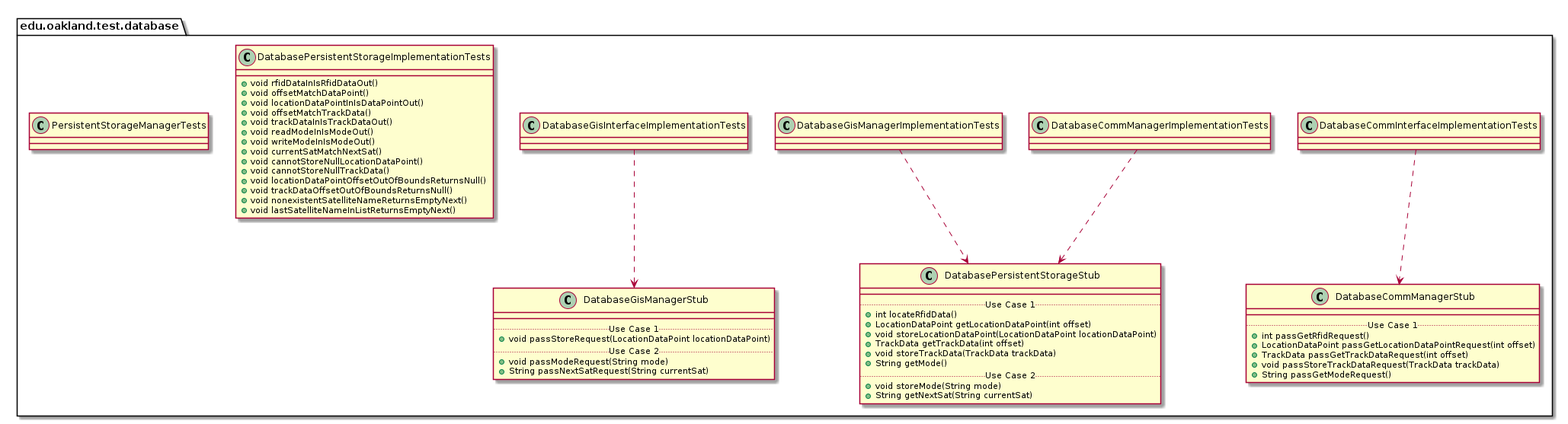
Above: docs/uml-class-diagrams/database/test/DatabaseTestPackage_InternalDependencies.png in elilley15/csi-3370-software-project (PlantUML), before the change. Its diagram source:
```plantuml
@startuml DatabaseTestPackage_InternalDependencies

package edu.oakland.test.database {

}


package edu.oakland.test.database {
    class DatabaseCommInterfaceImplementationTests {

    }
}



package edu.oakland.test.database {
    class DatabaseCommManagerStub {
        __
        .. Use Case 1 ..
        + int passGetRfidRequest()
        + LocationDataPoint passGetLocationDataPointRequest(int offset)
        + TrackData passGetTrackDataRequest(int offset)
        + void passStoreTrackDataRequest(TrackData trackData)
        + String passGetModeRequest()
    }
}

DatabaseCommInterfaceImplementationTests ..> DatabaseCommManagerStub

package edu.oakland.test.database {
    class DatabaseCommManagerImplementationTests {

    }
}



package edu.oakland.test.database {
    class DatabasePersistentStorageStub {
        __
        .. Use Case 1 ..
        + int locateRfidData()
        + LocationDataPoint getLocationDataPoint(int offset)
        + void storeLocationDataPoint(LocationDataPoint locationDataPoint)
        + TrackData getTrackData(int offset)
        + void storeTrackData(TrackData trackData)
        + String getMode()
        .. Use Case 2 ..
        + void storeMode(String mode)
        + String getNextSat(String currentSat)
    }
}

DatabaseCommManagerImplementationTests ..> DatabasePersistentStorageStub

package edu.oakland.test.database {
    class DatabaseGisInterfaceImplementationTests {

    }
}



package edu.oakland.test.database {
    class DatabaseGisManagerStub {
        __
        .. Use Case 1 ..
        + void passStoreRequest(LocationDataPoint locationDataPoint)
        .. Use Case 2 ..
        + void passModeRequest(String mode)
        + String passNextSatRequest(String currentSat)
    }
}

DatabaseGisInterfaceImplementationTests ..> DatabaseGisManagerStub

package edu.oakland.test.database {
    class DatabaseGisManagerImplementationTests {

    }
}


DatabaseGisManagerImplementationTests ..> DatabasePersistentStorageStub

package edu.oakland.test.database {
    class DatabasePersistentStorageImplementationTests {
        + void rfidDataInIsRfidDataOut()
        + void offsetMatchDataPoint()
        + void locationDataPointInIsDataPointOut()
        + void offsetMatchTrackData()
        + void trackDataInIsTrackDataOut()
        + void readModeInIsModeOut()
        + void writeModeInIsModeOut()
        + void currentSatMatchNextSat()
        + void cannotStoreNullLocationDataPoint()
        + void cannotStoreNullTrackData()
        + void locationDataPointOffsetOutOfBoundsReturnsNull()
        + void trackDataOffsetOutOfBoundsReturnsNull()
        + void nonexistentSatelliteNameReturnsEmptyNext()
        + void lastSatelliteNameInListReturnsEmptyNext()
    }
}


package edu.oakland.test.database {
    class PersistentStorageManagerTests {

    }
}


@enduml
```
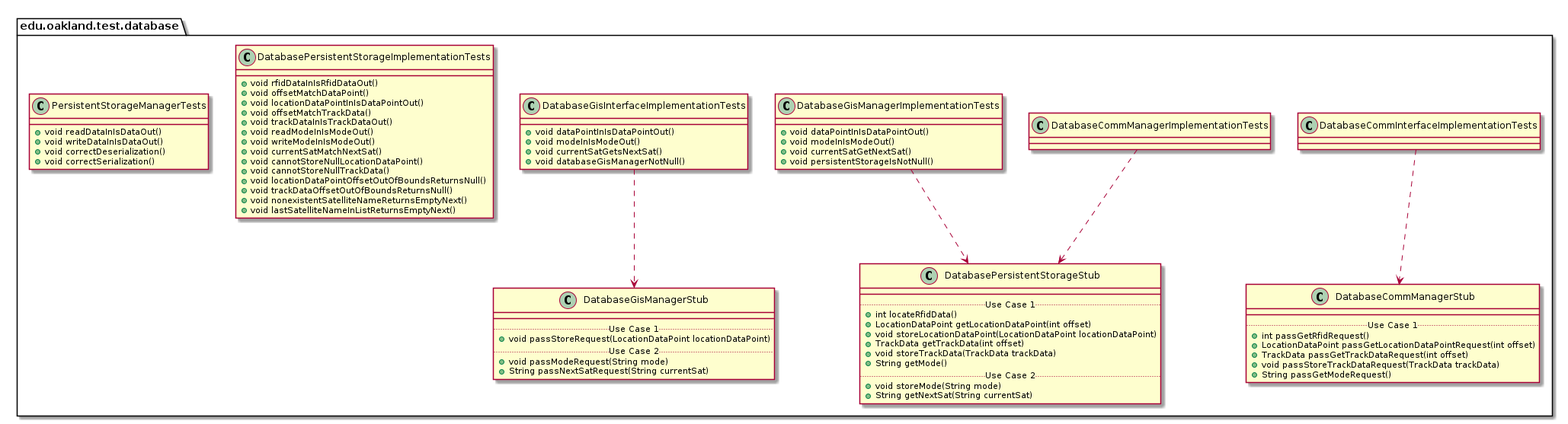
The same diagram one commit later.

Diff of the diagram source:
```diff
@@ -55,7 +55,10 @@
 
 package edu.oakland.test.database {
     class DatabaseGisInterfaceImplementationTests {
-
+        + void dataPointInIsDataPointOut()
+        + void modeInIsModeOut()
+        + void currentSatGetsNextSat()
+        + void databaseGisManagerNotNull()
     }
 }
 
@@ -76,7 +79,10 @@
 
 package edu.oakland.test.database {
     class DatabaseGisManagerImplementationTests {
-
+        + void dataPointInIsDataPointOut()
+        + void modeInIsModeOut()
+        + void currentSatGetNextSat()
+        + void persistentStorageIsNotNull()
     }
 }
 
@@ -105,7 +111,10 @@
 
 package edu.oakland.test.database {
     class PersistentStorageManagerTests {
-
+        + void readDataInIsDataOut()
+        + void writeDataInIsDataOut()
+        + void correctDeserialization()
+        + void correctSerialization()
     }
 }
 
```
